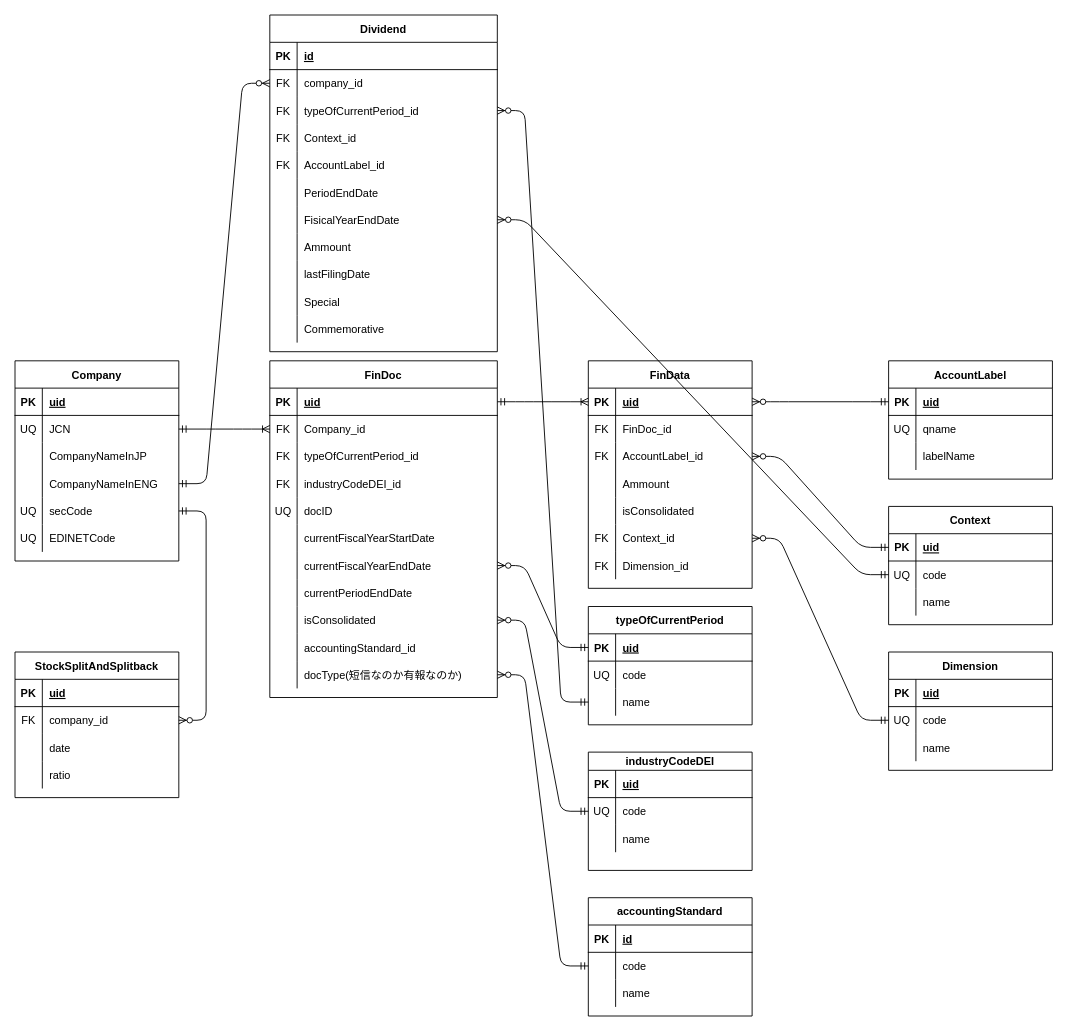
Before: CompanyTag.drawio in m-takuma/FetchCompanyData, a draw.io diagram. Source tidied: cells renumbered, new cells numbered last; positions are measured from the earlier drawing's top-left corner, leaving out a move shared by most shapes. Both pictures are drawn from the tidied source at 91%, with x=0, y=0 at pixel (15, 15).
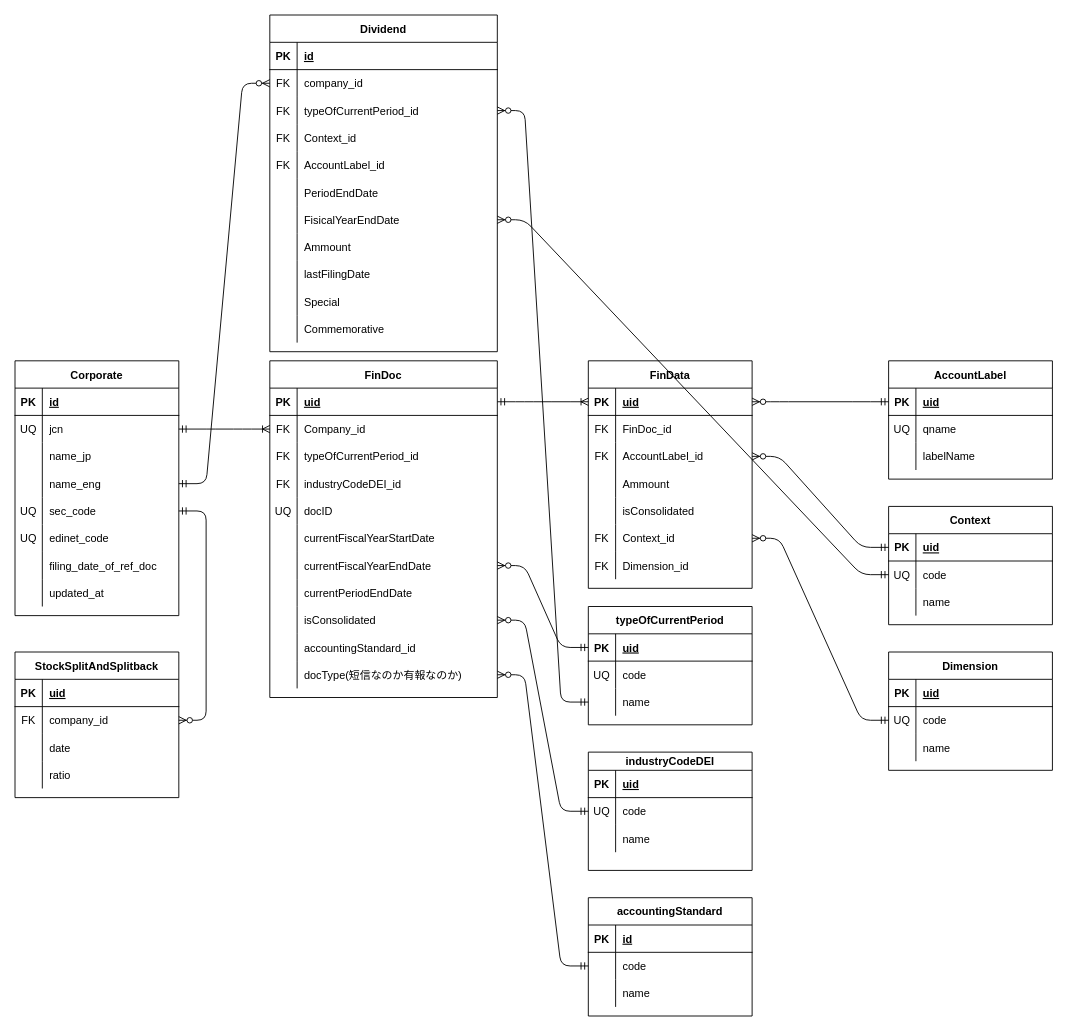
The same diagram, later.

The change refers to these unchanged cells:
```xml
<mxCell id="3" style="shape=partialRectangle;fillColor=none;top=0;left=0;bottom=1;right=0;" parent="2" vertex="1">
  <mxGeometry y="30" width="180" height="30" as="geometry" />
</mxCell>
<mxCell id="6" style="shape=partialRectangle;fillColor=none;top=0;left=0;bottom=0;right=0;points=[[0,0.5],[1,0.5]];portConstraint=eastwest;" parent="2" vertex="1">
  <mxGeometry y="60" width="180" height="30" as="geometry" />
</mxCell>
<mxCell id="9" style="shape=partialRectangle;fillColor=none;top=0;left=0;bottom=0;right=0;" parent="2" vertex="1">
  <mxGeometry y="90" width="180" height="30" as="geometry" />
</mxCell>
<mxCell id="12" style="shape=partialRectangle;fillColor=none;top=0;left=0;bottom=0;right=0;points=[[0,0.5],[1,0.5]];portConstraint=eastwest;" parent="2" vertex="1">
  <mxGeometry y="120" width="180" height="30" as="geometry" />
</mxCell>
<mxCell id="15" style="shape=partialRectangle;fillColor=none;top=0;left=0;bottom=0;right=0;points=[[0,0.5],[1,0.5]];portConstraint=eastwest;" parent="2" vertex="1">
  <mxGeometry y="150" width="180" height="30" as="geometry" />
</mxCell>
<mxCell id="18" style="shape=partialRectangle;fillColor=none;top=0;left=0;bottom=0;right=0;" parent="2" vertex="1">
  <mxGeometry y="180" width="180" height="30" as="geometry" />
</mxCell>
```

Change to the diagram source:
```diff
@@
-    <mxCell id="2" value="Company" style="shape=table;startSize=30;childLayout=tableLayout;rowLines=0;fontStyle=1;align=center;" parent="1" vertex="1">
-      <mxGeometry y="380" width="180" height="220" as="geometry" />
+    <mxCell id="2" value="Corporate" style="shape=table;startSize=30;childLayout=tableLayout;rowLines=0;fontStyle=1;align=center;" parent="1" vertex="1">
+      <mxGeometry y="380" width="180" height="280" as="geometry" />
     </mxCell>
@@
-    <mxCell id="5" value="uid" style="shape=partialRectangle;fillColor=none;top=0;left=0;bottom=0;right=0;align=left;spacingLeft=6;fontStyle=5;overflow=hidden;" parent="3" vertex="1">
+    <mxCell id="5" value="id" style="shape=partialRectangle;fillColor=none;top=0;left=0;bottom=0;right=0;align=left;spacingLeft=6;fontStyle=5;overflow=hidden;" parent="3" vertex="1">
       <mxGeometry x="30" width="150" height="30" as="geometry" />
     </mxCell>
@@
-    <mxCell id="8" value="JCN" style="shape=partialRectangle;fillColor=none;top=0;left=0;bottom=0;right=0;align=left;spacingLeft=6;overflow=hidden;" parent="6" vertex="1">
+    <mxCell id="8" value="jcn" style="shape=partialRectangle;fillColor=none;top=0;left=0;bottom=0;right=0;align=left;spacingLeft=6;overflow=hidden;" parent="6" vertex="1">
       <mxGeometry x="30" width="150" height="30" as="geometry" />
     </mxCell>
@@
-    <mxCell id="11" value="CompanyNameInJP" style="shape=partialRectangle;fillColor=none;top=0;left=0;bottom=0;right=0;align=left;spacingLeft=6;overflow=hidden;" parent="9" vertex="1">
+    <mxCell id="11" value="name_jp" style="shape=partialRectangle;fillColor=none;top=0;left=0;bottom=0;right=0;align=left;spacingLeft=6;overflow=hidden;" parent="9" vertex="1">
       <mxGeometry x="30" width="150" height="30" as="geometry" />
     </mxCell>
@@
-    <mxCell id="14" value="CompanyNameInENG" style="shape=partialRectangle;fillColor=none;top=0;left=0;bottom=0;right=0;align=left;spacingLeft=6;overflow=hidden;" parent="12" vertex="1">
+    <mxCell id="14" value="name_eng" style="shape=partialRectangle;fillColor=none;top=0;left=0;bottom=0;right=0;align=left;spacingLeft=6;overflow=hidden;" parent="12" vertex="1">
       <mxGeometry x="30" width="150" height="30" as="geometry" />
     </mxCell>
@@
-    <mxCell id="17" value="secCode " style="shape=partialRectangle;fillColor=none;top=0;left=0;bottom=0;right=0;align=left;spacingLeft=6;overflow=hidden;" parent="15" vertex="1">
+    <mxCell id="17" value="sec_code" style="shape=partialRectangle;fillColor=none;top=0;left=0;bottom=0;right=0;align=left;spacingLeft=6;overflow=hidden;" parent="15" vertex="1">
       <mxGeometry x="30" width="150" height="30" as="geometry" />
     </mxCell>
@@
-    <mxCell id="20" value="EDINETCode" style="shape=partialRectangle;fillColor=none;top=0;left=0;bottom=0;right=0;align=left;spacingLeft=6;overflow=hidden;" parent="18" vertex="1">
+    <mxCell id="20" value="edinet_code" style="shape=partialRectangle;fillColor=none;top=0;left=0;bottom=0;right=0;align=left;spacingLeft=6;overflow=hidden;" parent="18" vertex="1">
       <mxGeometry x="30" width="150" height="30" as="geometry" />
     </mxCell>
+    <mxCell id="196" style="shape=tableRow;horizontal=0;startSize=0;swimlaneHead=0;swimlaneBody=0;fillColor=none;top=0;left=0;right=0;bottom=0;" parent="2" vertex="1">
+      <mxGeometry y="210" width="180" height="30" as="geometry" />
+    </mxCell>
+    <mxCell id="197" style="shape=partialRectangle;fillColor=none;top=0;left=0;bottom=0;right=0;overflow=hidden;" parent="196" vertex="1">
+      <mxGeometry width="30" height="30" as="geometry" />
+    </mxCell>
+    <mxCell id="198" value="filing_date_of_ref_doc" style="shape=partialRectangle;fillColor=none;top=0;left=0;bottom=0;right=0;align=left;spacingLeft=6;overflow=hidden;" parent="196" vertex="1">
+      <mxGeometry x="30" width="150" height="30" as="geometry" />
+    </mxCell>
+    <mxCell id="199" style="shape=tableRow;horizontal=0;startSize=0;swimlaneHead=0;swimlaneBody=0;fillColor=none;top=0;left=0;right=0;bottom=0;" parent="2" vertex="1">
+      <mxGeometry y="240" width="180" height="30" as="geometry" />
+    </mxCell>
+    <mxCell id="200" style="shape=partialRectangle;fillColor=none;top=0;left=0;bottom=0;right=0;overflow=hidden;" parent="199" vertex="1">
+      <mxGeometry width="30" height="30" as="geometry" />
+    </mxCell>
+    <mxCell id="201" value="updated_at" style="shape=partialRectangle;fillColor=none;top=0;left=0;bottom=0;right=0;align=left;spacingLeft=6;overflow=hidden;" parent="199" vertex="1">
+      <mxGeometry x="30" width="150" height="30" as="geometry" />
+    </mxCell>
```
